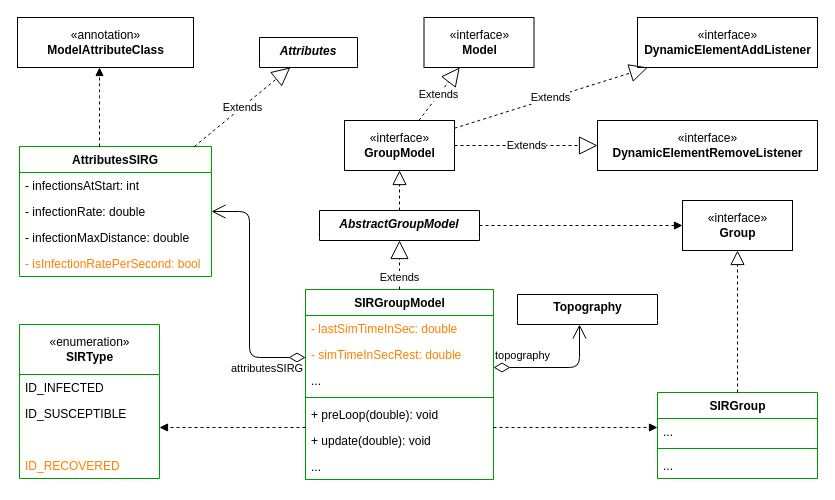
Before: UML/sir_implementation_uml.drawio in sonmikrafft-uni-MLCMS/ex2, a draw.io diagram. Source tidied: cells renumbered, new cells numbered last; positions are measured from the earlier drawing's top-left corner, leaving out a move shared by most shapes. Both pictures are drawn from the tidied source at 100%, with x=0, y=0 at pixel (17, 17).
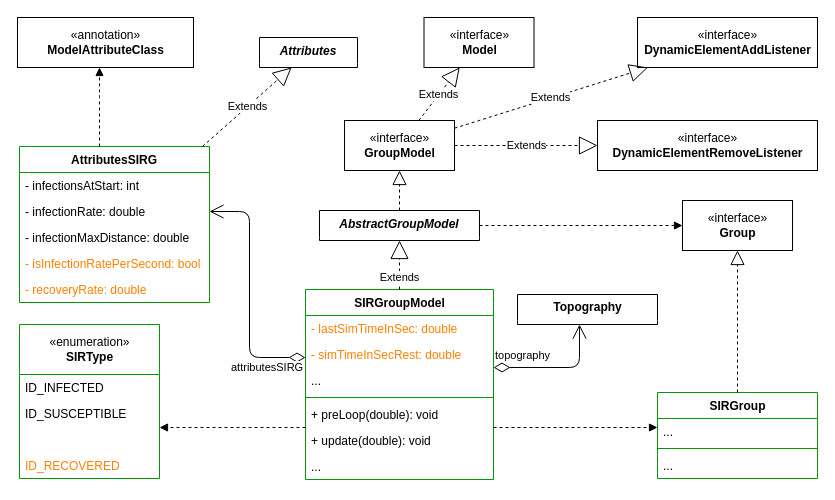
The same page after the edit.

Commit message:
Add recoveryRate as attribute

What changed in the source:
```diff
@@
     <mxCell id="3" value="AttributesSIRG" style="swimlane;fontStyle=1;align=center;verticalAlign=top;horizontal=1;startSize=26;swimlaneLine=1;strokeColor=#009900;" parent="1" vertex="1">
-      <mxGeometry x="2" y="129" width="192" height="130" as="geometry" />
+      <mxGeometry x="2" y="129" width="190" height="156" as="geometry" />
     </mxCell>
     <mxCell id="4" value="- infectionsAtStart: int" style="text;strokeColor=none;fillColor=none;align=left;verticalAlign=top;spacingLeft=4;spacingRight=4;overflow=hidden;" parent="3" vertex="1">
-      <mxGeometry y="26" width="192" height="26" as="geometry" />
+      <mxGeometry y="26" width="190" height="26" as="geometry" />
     </mxCell>
     <mxCell id="5" value="- infectionRate: double" style="text;strokeColor=none;fillColor=none;align=left;verticalAlign=top;spacingLeft=4;spacingRight=4;overflow=hidden;" parent="3" vertex="1">
-      <mxGeometry y="52" width="192" height="26" as="geometry" />
+      <mxGeometry y="52" width="190" height="26" as="geometry" />
     </mxCell>
     <mxCell id="6" value="- infectionMaxDistance: double" style="text;strokeColor=none;fillColor=none;align=left;verticalAlign=top;spacingLeft=4;spacingRight=4;overflow=hidden;" parent="3" vertex="1">
-      <mxGeometry y="78" width="192" height="26" as="geometry" />
+      <mxGeometry y="78" width="190" height="26" as="geometry" />
     </mxCell>
     <mxCell id="7" value="- isInfectionRatePerSecond: bool" style="text;strokeColor=none;fillColor=none;align=left;verticalAlign=top;spacingLeft=4;spacingRight=4;overflow=hidden;fontColor=#FF8000;" parent="3" vertex="1">
-      <mxGeometry y="104" width="192" height="26" as="geometry" />
+      <mxGeometry y="104" width="190" height="26" as="geometry" />
     </mxCell>
+    <mxCell id="46" value="- recoveryRate: double" style="text;strokeColor=none;fillColor=none;align=left;verticalAlign=top;spacingLeft=4;spacingRight=4;overflow=hidden;fontColor=#FF8000;" parent="3" vertex="1">
+      <mxGeometry y="130" width="190" height="26" as="geometry" />
+    </mxCell>
```
